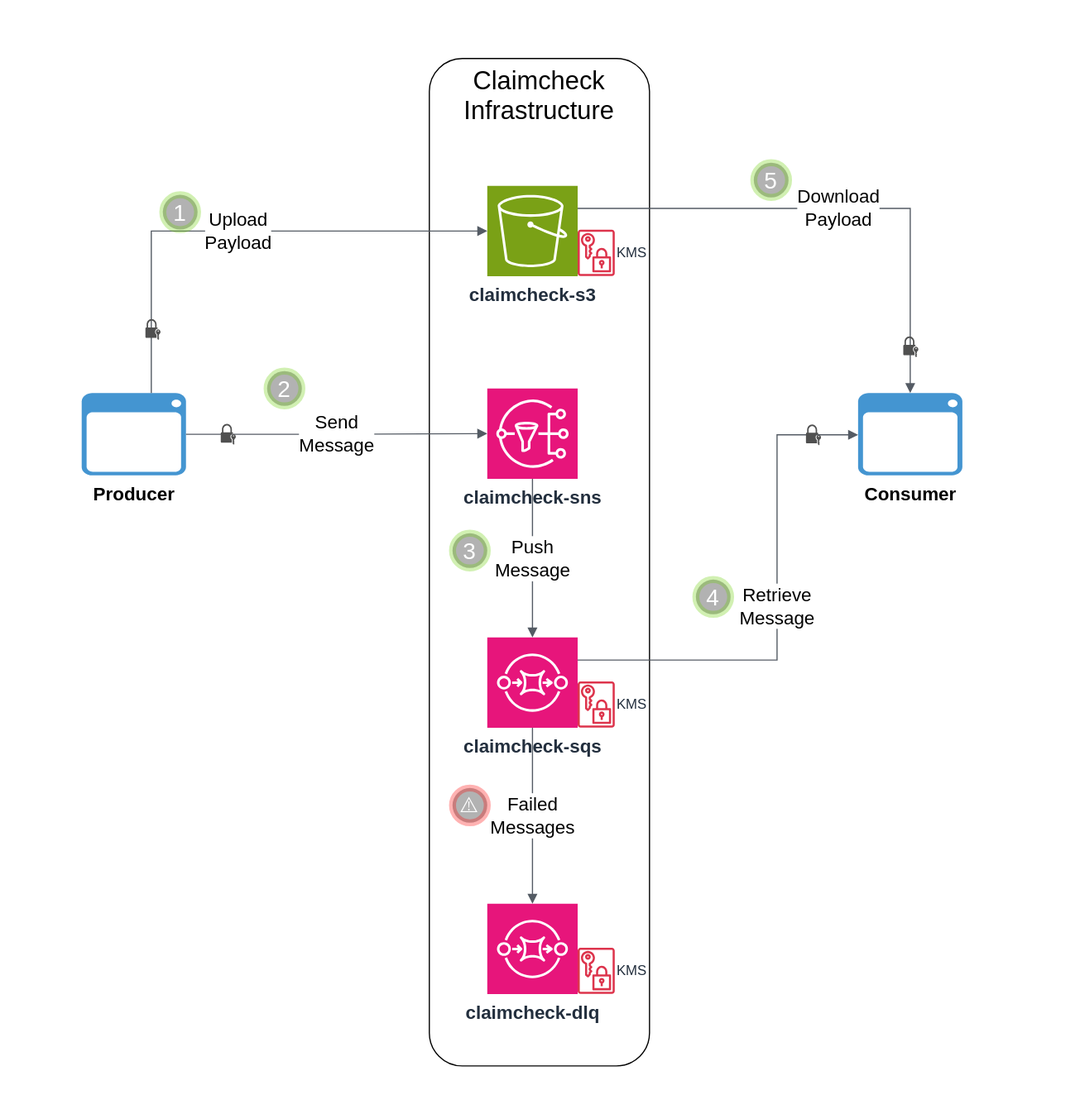
jimweller/kata-claimcheck keeps this draw.io diagram as diagram.drawio.svg. Above is the earlier version. Source tidied: cells renumbered, new cells last; positions are measured from the earlier drawing's top-left corner, leaving out a move shared by most shapes.
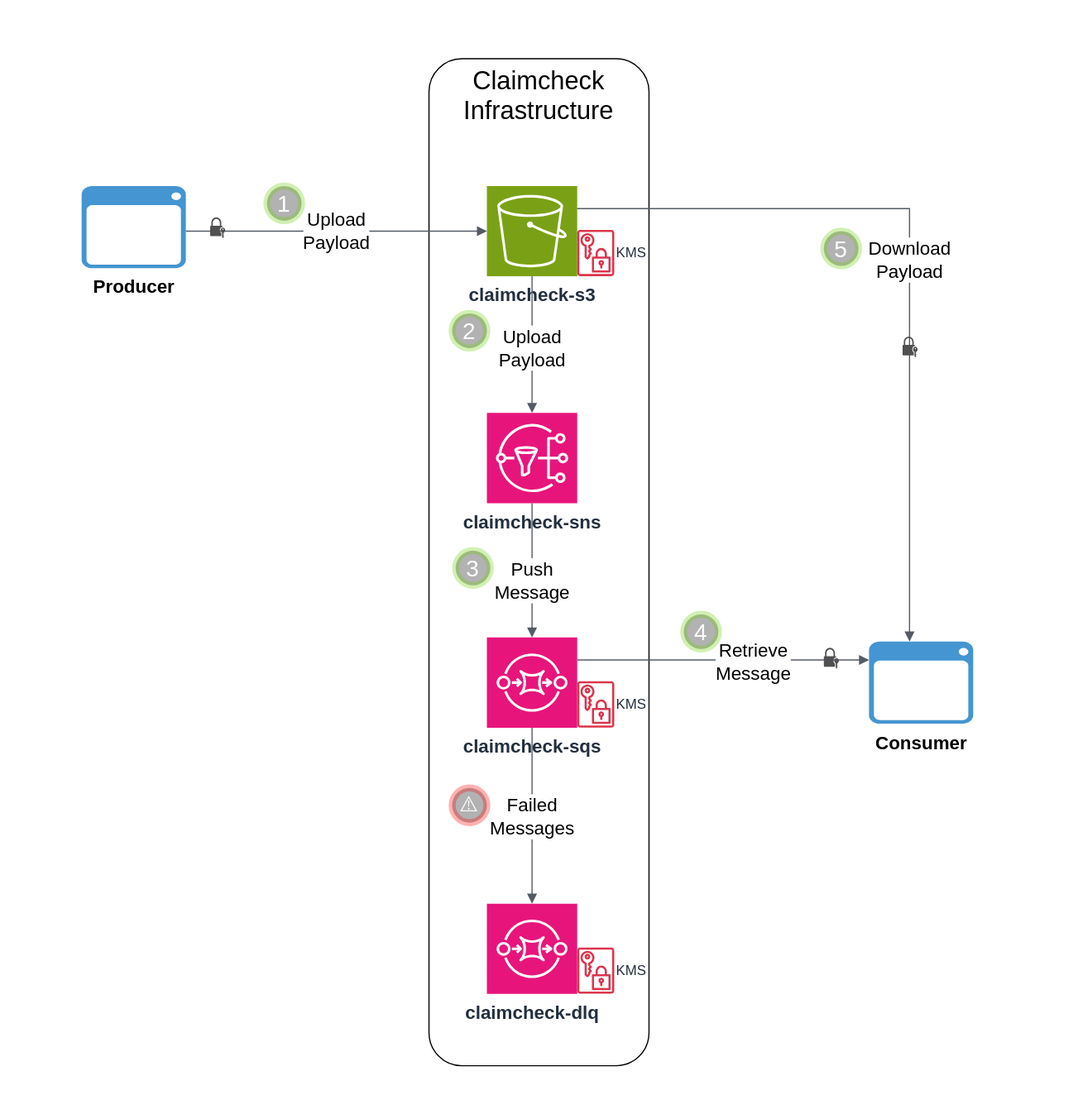
Above is the later version.

Diff of the diagram source:
```diff
@@ -18,13 +18,13 @@
       <mxGeometry x="420" y="780" width="78" height="78" as="geometry" />
     </mxCell>
     <mxCell id="7" value="claimcheck-sns" style="sketch=0;points=[[0,0,0],[0.25,0,0],[0.5,0,0],[0.75,0,0],[1,0,0],[0,1,0],[0.25,1,0],[0.5,1,0],[0.75,1,0],[1,1,0],[0,0.25,0],[0,0.5,0],[0,0.75,0],[1,0.25,0],[1,0.5,0],[1,0.75,0]];outlineConnect=0;fontColor=#232F3E;fillColor=#E7157B;strokeColor=#ffffff;dashed=0;verticalLabelPosition=bottom;verticalAlign=top;align=center;html=1;fontSize=16;fontStyle=1;shape=mxgraph.aws4.resourceIcon;resIcon=mxgraph.aws4.sns;labelPosition=center;" parent="1" vertex="1">
-      <mxGeometry x="420" y="335" width="78" height="78" as="geometry" />
+      <mxGeometry x="420" y="356" width="78" height="78" as="geometry" />
     </mxCell>
     <mxCell id="8" value="Producer" style="shadow=0;dashed=0;html=1;strokeColor=none;fillColor=#4495D1;labelPosition=center;verticalLabelPosition=bottom;verticalAlign=top;align=center;outlineConnect=0;shape=mxgraph.veeam.interface;fontSize=16;fontStyle=1;" parent="1" vertex="1">
-      <mxGeometry x="70" y="339" width="90" height="71" as="geometry" />
+      <mxGeometry x="70" y="160" width="90" height="71" as="geometry" />
     </mxCell>
     <mxCell id="9" value="Consumer" style="shadow=0;dashed=0;html=1;strokeColor=none;fillColor=#4495D1;labelPosition=center;verticalLabelPosition=bottom;verticalAlign=top;align=center;outlineConnect=0;shape=mxgraph.veeam.interface;fontSize=16;fontStyle=1;" parent="1" vertex="1">
-      <mxGeometry x="740" y="339" width="90" height="71" as="geometry" />
+      <mxGeometry x="750" y="553.5" width="90" height="71" as="geometry" />
     </mxCell>
     <mxCell id="10" value="KMS" style="sketch=0;fontColor=#232F3E;gradientColor=none;fillColor=#DD344C;strokeColor=none;dashed=0;verticalLabelPosition=middle;verticalAlign=middle;align=left;html=1;fontSize=12;fontStyle=0;shape=mxgraph.aws4.data_encryption_key;labelPosition=right;" parent="1" vertex="1">
       <mxGeometry x="498" y="197.7" width="32" height="40.3" as="geometry" />
@@ -42,28 +42,25 @@
     <mxCell id="13" value="KMS" style="sketch=0;fontColor=#232F3E;gradientColor=none;fillColor=#DD344C;strokeColor=none;dashed=0;verticalLabelPosition=middle;verticalAlign=middle;align=left;html=1;fontSize=12;fontStyle=0;shape=mxgraph.aws4.data_encryption_key;labelPosition=right;" parent="1" vertex="1">
       <mxGeometry x="498" y="817.7" width="32" height="40.3" as="geometry" />
     </mxCell>
-    <mxCell id="14" value="Send&lt;br&gt;Message" style="edgeStyle=orthogonalEdgeStyle;html=1;endArrow=block;elbow=vertical;startArrow=none;endFill=1;strokeColor=#545B64;rounded=0;fontSize=16;" parent="1" edge="1" source="8" target="7">
-      <mxGeometry x="0.01" relative="1" as="geometry" />
-    </mxCell>
     <mxCell id="15" value="Retrieve&lt;br&gt;Message" style="edgeStyle=orthogonalEdgeStyle;html=1;endArrow=block;elbow=vertical;startArrow=none;endFill=1;strokeColor=#545B64;rounded=0;fontSize=16;exitX=1;exitY=0.25;exitDx=0;exitDy=0;exitPerimeter=0;" parent="1" edge="1" source="5" target="9">
-      <mxGeometry x="0.01" relative="1" as="geometry">
+      <mxGeometry x="0.21" y="-1" relative="1" as="geometry">
         <Array as="points">
-          <mxPoint x="670" y="569" />
-          <mxPoint x="670" y="375" />
+          <mxPoint x="740" y="570" />
+          <mxPoint x="740" y="570" />
         </Array>
       </mxGeometry>
     </mxCell>
     <mxCell id="16" value="&lt;span&gt;Push&lt;br&gt;Message&lt;/span&gt;" style="edgeStyle=orthogonalEdgeStyle;html=1;endArrow=block;elbow=vertical;startArrow=none;endFill=1;strokeColor=#545B64;rounded=0;fontSize=16;" parent="1" edge="1" source="7" target="5">
-      <mxGeometry x="0.01" relative="1" as="geometry" />
+      <mxGeometry x="0.14" relative="1" as="geometry" />
     </mxCell>
     <mxCell id="17" value="&lt;span&gt;Failed&lt;br&gt;Messages&lt;/span&gt;" style="edgeStyle=orthogonalEdgeStyle;html=1;endArrow=block;elbow=vertical;startArrow=none;endFill=1;strokeColor=#545B64;rounded=0;fontSize=16;" parent="1" edge="1" source="5" target="6">
       <mxGeometry x="0.01" relative="1" as="geometry" />
     </mxCell>
     <mxCell id="18" value="1" style="ellipse;whiteSpace=wrap;html=1;strokeWidth=6;fontSize=20;strokeColor=#66CC00;fillColor=#000000;fontColor=#FFFFFF;opacity=30;" parent="1" vertex="1">
-      <mxGeometry x="140" y="167.7" width="30" height="30" as="geometry" />
+      <mxGeometry x="230" y="160" width="30" height="30" as="geometry" />
     </mxCell>
     <mxCell id="19" value="2" style="ellipse;whiteSpace=wrap;html=1;strokeWidth=6;fontSize=20;strokeColor=#66CC00;fillColor=#000000;fontColor=#FFFFFF;opacity=30;" parent="1" vertex="1">
-      <mxGeometry x="230" y="320" width="30" height="30" as="geometry" />
+      <mxGeometry x="390" y="270" width="30" height="30" as="geometry" />
     </mxCell>
     <mxCell id="20" value="Download&lt;br&gt;Payload" style="edgeStyle=orthogonalEdgeStyle;html=1;endArrow=block;elbow=vertical;startArrow=none;endFill=1;strokeColor=#545B64;rounded=0;fontSize=16;exitX=1;exitY=0.25;exitDx=0;exitDy=0;exitPerimeter=0;" parent="1" edge="1" source="4" target="9">
       <mxGeometry x="0.01" relative="1" as="geometry">
@@ -73,28 +70,28 @@
       </mxGeometry>
     </mxCell>
     <mxCell id="21" value="3" style="ellipse;whiteSpace=wrap;html=1;strokeWidth=6;fontSize=20;strokeColor=#66CC00;fillColor=#000000;fontColor=#FFFFFF;opacity=30;" parent="1" vertex="1">
-      <mxGeometry x="390" y="460" width="30" height="30" as="geometry" />
+      <mxGeometry x="393" y="475" width="30" height="30" as="geometry" />
     </mxCell>
     <mxCell id="22" value="4" style="ellipse;whiteSpace=wrap;html=1;strokeWidth=6;fontSize=20;strokeColor=#66CC00;fillColor=#000000;fontColor=#FFFFFF;opacity=30;" parent="1" vertex="1">
-      <mxGeometry x="600" y="500" width="30" height="30" as="geometry" />
+      <mxGeometry x="590" y="530" width="30" height="30" as="geometry" />
     </mxCell>
     <mxCell id="23" value="5" style="ellipse;whiteSpace=wrap;html=1;strokeWidth=6;fontSize=20;strokeColor=#66CC00;fillColor=#000000;fontColor=#FFFFFF;opacity=30;" parent="1" vertex="1">
-      <mxGeometry x="650" y="140" width="30" height="30" as="geometry" />
+      <mxGeometry x="711" y="199" width="30" height="30" as="geometry" />
     </mxCell>
     <mxCell id="24" value="⚠️" style="ellipse;whiteSpace=wrap;html=1;strokeWidth=6;fontSize=18;strokeColor=#FF0000;fillColor=#000000;fontColor=#FFFFFF;opacity=30;" parent="1" vertex="1">
       <mxGeometry x="390" y="680" width="30" height="30" as="geometry" />
     </mxCell>
-    <mxCell id="25" style="sketch=0;shadow=0;dashed=0;html=1;strokeColor=none;fillColor=#505050;labelPosition=center;verticalLabelPosition=bottom;verticalAlign=top;align=center;shape=mxgraph.office.security.lock_with_key_security;" parent="1" vertex="1">
-      <mxGeometry x="190" y="365.5" width="13" height="18" as="geometry" />
-    </mxCell>
     <mxCell id="26" style="sketch=0;shadow=0;dashed=0;html=1;strokeColor=none;fillColor=#505050;labelPosition=center;verticalLabelPosition=bottom;verticalAlign=top;align=center;shape=mxgraph.office.security.lock_with_key_security;" parent="1" vertex="1">
-      <mxGeometry x="125" y="275" width="13" height="18" as="geometry" />
+      <mxGeometry x="181" y="187" width="13" height="18" as="geometry" />
     </mxCell>
     <mxCell id="27" style="sketch=0;shadow=0;dashed=0;html=1;strokeColor=none;fillColor=#505050;labelPosition=center;verticalLabelPosition=bottom;verticalAlign=top;align=center;shape=mxgraph.office.security.lock_with_key_security;" parent="1" vertex="1">
       <mxGeometry x="779" y="290" width="13" height="18" as="geometry" />
     </mxCell>
     <mxCell id="28" style="sketch=0;shadow=0;dashed=0;html=1;strokeColor=none;fillColor=#505050;labelPosition=center;verticalLabelPosition=bottom;verticalAlign=top;align=center;shape=mxgraph.office.security.lock_with_key_security;" parent="1" vertex="1">
-      <mxGeometry x="695" y="366" width="13" height="18" as="geometry" />
+      <mxGeometry x="711" y="559" width="13" height="18" as="geometry" />
     </mxCell>
+    <mxCell id="29" value="Upload&lt;br&gt;Payload" style="edgeStyle=orthogonalEdgeStyle;html=1;endArrow=block;elbow=vertical;startArrow=none;endFill=1;strokeColor=#545B64;rounded=0;fontSize=16;" parent="1" edge="1" source="4" target="7">
+      <mxGeometry x="0.05" relative="1" as="geometry" />
+    </mxCell>
   </root>
 </mxGraphModel>
```
